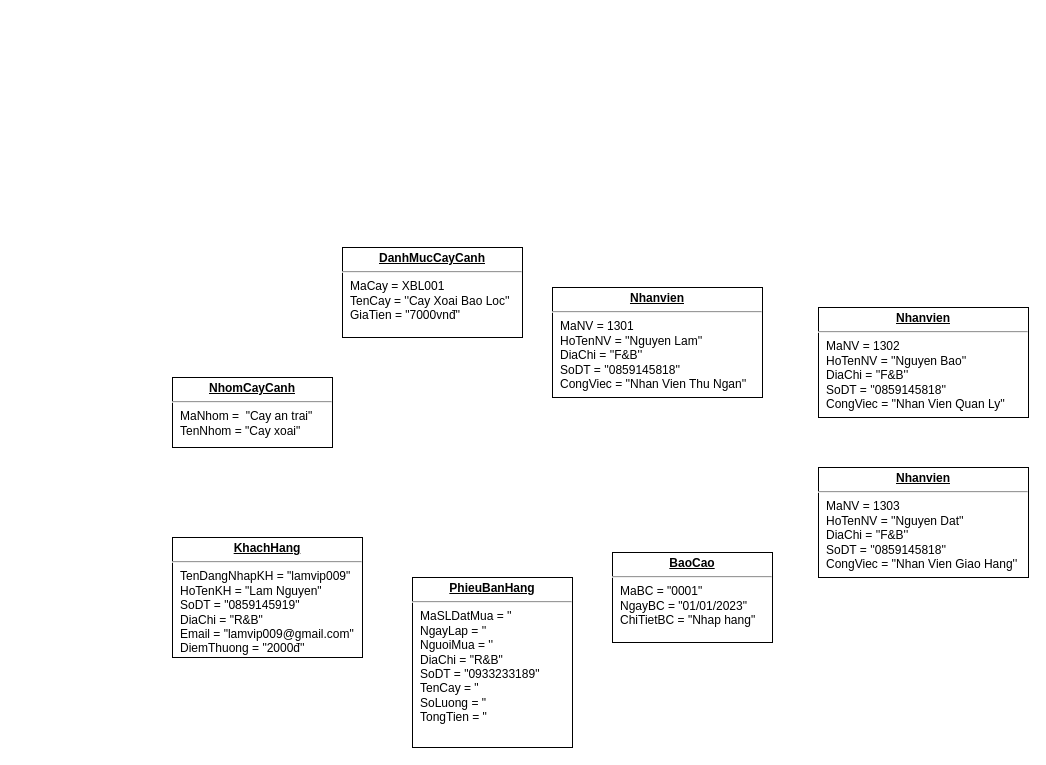
This is Biểu đồ không có tiêu đề.drawio from Nai-Lam/H.Nai, a draw.io file, before an edit. Source tidied: cells renumbered, new cells numbered last; positions are measured from the earlier drawing's top-left corner, leaving out a move shared by most shapes. Both pictures are drawn from the tidied source at 100%, with x=0, y=0 at pixel (172, 247).
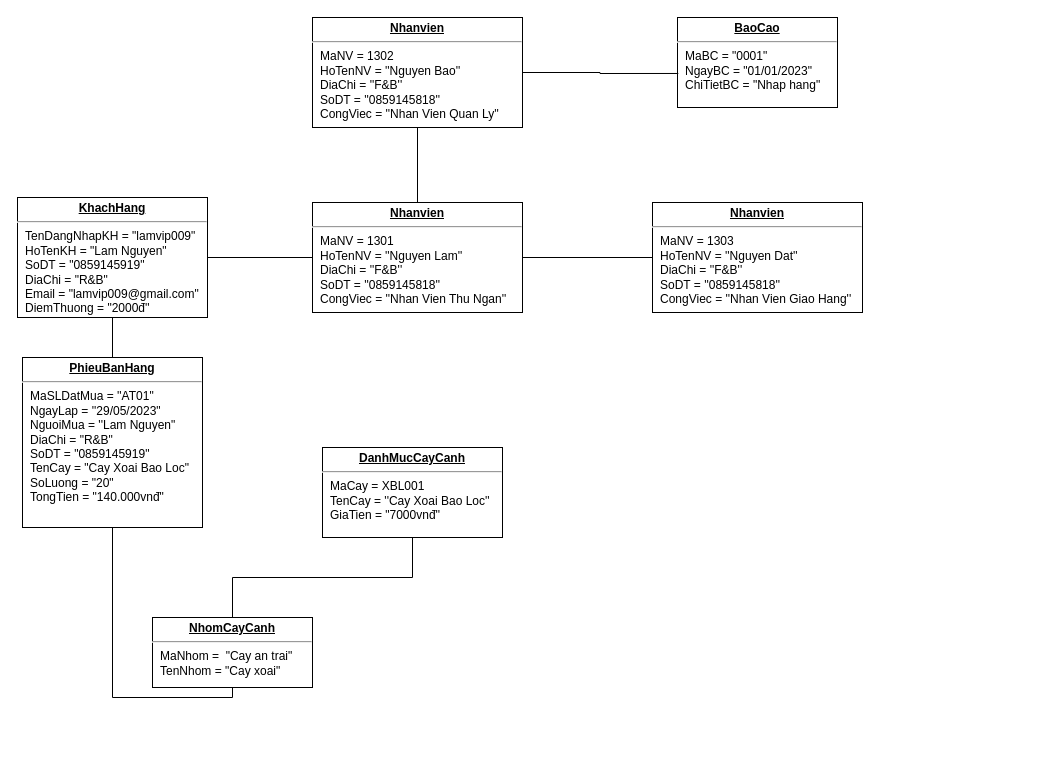
The same diagram, later.

Commit message:
Cập nhật Biểu đồ không có tiêu đề.drawio

Diff of the diagram source:
```diff
@@
 <mxGraphModel>
   <root>
     <mxCell id="0" />
     <mxCell id="1" parent="0" />
     <mxCell id="2" value="&lt;p style=&quot;margin:0px;margin-top:4px;text-align:center;text-decoration:underline;&quot;&gt;&lt;b&gt;Nhanvien&lt;/b&gt;&lt;/p&gt;&lt;hr&gt;&lt;p style=&quot;margin:0px;margin-left:8px;&quot;&gt;MaNV = 1301&lt;br&gt;HoTenNV = ''Nguyen Lam''&lt;br&gt;DiaChi = ''F&amp;amp;B''&lt;/p&gt;&lt;p style=&quot;margin:0px;margin-left:8px;&quot;&gt;SoDT = ''0859145818''&lt;/p&gt;&lt;p style=&quot;margin:0px;margin-left:8px;&quot;&gt;CongViec = ''Nhan Vien Thu Ngan''&lt;/p&gt;&lt;p style=&quot;margin:0px;margin-left:8px;&quot;&gt;&lt;br&gt;&lt;/p&gt;" style="verticalAlign=top;align=left;overflow=fill;fontSize=12;fontFamily=Helvetica;html=1;whiteSpace=wrap;" parent="1" vertex="1">
-      <mxGeometry x="380" y="40" width="210" height="110" as="geometry" />
+      <mxGeometry x="140" y="-45" width="210" height="110" as="geometry" />
     </mxCell>
     <mxCell id="3" value="&lt;p style=&quot;margin:0px;margin-top:4px;text-align:center;text-decoration:underline;&quot;&gt;&lt;b&gt;BaoCao&lt;/b&gt;&lt;/p&gt;&lt;hr&gt;&lt;p style=&quot;margin:0px;margin-left:8px;&quot;&gt;MaBC = &quot;0001&quot;&lt;br&gt;NgayBC = &quot;01/01/2023&quot;&lt;br&gt;ChiTietBC = &quot;Nhap hang&quot;&lt;/p&gt;" style="verticalAlign=top;align=left;overflow=fill;fontSize=12;fontFamily=Helvetica;html=1;whiteSpace=wrap;" parent="1" vertex="1">
-      <mxGeometry x="440" y="305" width="160" height="90" as="geometry" />
+      <mxGeometry x="505" y="-230" width="160" height="90" as="geometry" />
     </mxCell>
     <mxCell id="4" value="&lt;p style=&quot;margin:0px;margin-top:4px;text-align:center;text-decoration:underline;&quot;&gt;&lt;b&gt;NhomCayCanh&lt;/b&gt;&lt;/p&gt;&lt;hr&gt;&lt;p style=&quot;margin:0px;margin-left:8px;&quot;&gt;MaNhom =&amp;nbsp; &quot;Cay an trai&quot;&lt;br&gt;TenNhom = &quot;Cay xoai&quot;&lt;br&gt;&lt;br&gt;&lt;/p&gt;" style="verticalAlign=top;align=left;overflow=fill;fontSize=12;fontFamily=Helvetica;html=1;whiteSpace=wrap;" parent="1" vertex="1">
-      <mxGeometry y="130" width="160" height="70" as="geometry" />
+      <mxGeometry x="-20" y="370" width="160" height="70" as="geometry" />
     </mxCell>
     <mxCell id="5" value="&lt;p style=&quot;margin:0px;margin-top:4px;text-align:center;text-decoration:underline;&quot;&gt;&lt;b&gt;KhachHang&lt;/b&gt;&lt;/p&gt;&lt;hr&gt;&lt;p style=&quot;margin:0px;margin-left:8px;&quot;&gt;TenDangNhapKH = &quot;lamvip009&quot;&lt;br&gt;HoTenKH = &quot;Lam Nguyen&quot;&lt;br&gt;SoDT = &quot;0859145919&quot;&lt;/p&gt;&lt;p style=&quot;margin:0px;margin-left:8px;&quot;&gt;DiaChi = &quot;R&amp;amp;B&quot;&lt;/p&gt;&lt;p style=&quot;margin:0px;margin-left:8px;&quot;&gt;Email = &quot;lamvip009@gmail.com&quot;&lt;/p&gt;&lt;p style=&quot;margin:0px;margin-left:8px;&quot;&gt;DiemThuong = &quot;2000đ''&lt;/p&gt;" style="verticalAlign=top;align=left;overflow=fill;fontSize=12;fontFamily=Helvetica;html=1;whiteSpace=wrap;" parent="1" vertex="1">
-      <mxGeometry y="290" width="190" height="120" as="geometry" />
+      <mxGeometry x="-155" y="-50" width="190" height="120" as="geometry" />
     </mxCell>
     <mxCell id="6" value="&lt;p style=&quot;margin:0px;margin-top:4px;text-align:center;text-decoration:underline;&quot;&gt;&lt;b&gt;DanhMucCayCanh&lt;/b&gt;&lt;/p&gt;&lt;hr&gt;&lt;p style=&quot;margin:0px;margin-left:8px;&quot;&gt;MaCay = XBL001&lt;br&gt;TenCay = ''Cay Xoai Bao Loc''&lt;br&gt;GiaTien = &quot;7000vnđ''&lt;/p&gt;" style="verticalAlign=top;align=left;overflow=fill;fontSize=12;fontFamily=Helvetica;html=1;whiteSpace=wrap;" parent="1" vertex="1">
-      <mxGeometry x="170" width="180" height="90" as="geometry" />
+      <mxGeometry x="150" y="200" width="180" height="90" as="geometry" />
     </mxCell>
-    <mxCell id="7" value="&lt;p style=&quot;margin:0px;margin-top:4px;text-align:center;text-decoration:underline;&quot;&gt;&lt;b&gt;PhieuBanHang&lt;/b&gt;&lt;/p&gt;&lt;hr&gt;&lt;p style=&quot;margin:0px;margin-left:8px;&quot;&gt;MaSLDatMua = ''&lt;br&gt;NgayLap = ''&lt;br&gt;NguoiMua = ''&lt;/p&gt;&lt;p style=&quot;margin:0px;margin-left:8px;&quot;&gt;DiaChi = &quot;R&amp;amp;B&quot;&lt;/p&gt;&lt;p style=&quot;margin:0px;margin-left:8px;&quot;&gt;SoDT = &quot;0933233189&quot;&lt;/p&gt;&lt;p style=&quot;margin:0px;margin-left:8px;&quot;&gt;TenCay = &quot;&lt;/p&gt;&lt;p style=&quot;margin:0px;margin-left:8px;&quot;&gt;SoLuong = &quot;&lt;/p&gt;&lt;p style=&quot;margin:0px;margin-left:8px;&quot;&gt;TongTien = &quot;&lt;/p&gt;" style="verticalAlign=top;align=left;overflow=fill;fontSize=12;fontFamily=Helvetica;html=1;whiteSpace=wrap;" parent="1" vertex="1">
-      <mxGeometry x="240" y="330" width="160" height="170" as="geometry" />
+    <mxCell id="7" value="&lt;p style=&quot;margin:0px;margin-top:4px;text-align:center;text-decoration:underline;&quot;&gt;&lt;b&gt;PhieuBanHang&lt;/b&gt;&lt;/p&gt;&lt;hr&gt;&lt;p style=&quot;margin:0px;margin-left:8px;&quot;&gt;MaSLDatMua = ''AT01&quot;&lt;br&gt;NgayLap = ''29/05/2023&quot;&lt;/p&gt;&lt;p style=&quot;margin:0px;margin-left:8px;&quot;&gt;NguoiMua = ''Lam Nguyen&quot;&lt;/p&gt;&lt;p style=&quot;margin:0px;margin-left:8px;&quot;&gt;DiaChi = &quot;R&amp;amp;B&quot;&lt;/p&gt;&lt;p style=&quot;margin:0px;margin-left:8px;&quot;&gt;SoDT = &quot;0859145919&quot;&lt;/p&gt;&lt;p style=&quot;margin:0px;margin-left:8px;&quot;&gt;TenCay = &quot;Cay Xoai Bao Loc&quot;&lt;/p&gt;&lt;p style=&quot;margin:0px;margin-left:8px;&quot;&gt;SoLuong = &quot;20&quot;&lt;/p&gt;&lt;p style=&quot;margin:0px;margin-left:8px;&quot;&gt;TongTien = &quot;140.000vnđ&quot;&lt;/p&gt;" style="verticalAlign=top;align=left;overflow=fill;fontSize=12;fontFamily=Helvetica;html=1;whiteSpace=wrap;" parent="1" vertex="1">
+      <mxGeometry x="-150" y="110" width="180" height="170" as="geometry" />
     </mxCell>
     <mxCell id="8" value="&lt;p style=&quot;margin:0px;margin-top:4px;text-align:center;text-decoration:underline;&quot;&gt;&lt;b&gt;Nhanvien&lt;/b&gt;&lt;/p&gt;&lt;hr&gt;&lt;p style=&quot;margin:0px;margin-left:8px;&quot;&gt;MaNV = 1303&lt;br&gt;HoTenNV = ''Nguyen Dat''&lt;br&gt;DiaChi = ''F&amp;amp;B''&lt;/p&gt;&lt;p style=&quot;margin:0px;margin-left:8px;&quot;&gt;SoDT = ''0859145818''&lt;/p&gt;&lt;p style=&quot;margin:0px;margin-left:8px;&quot;&gt;CongViec = ''Nhan Vien Giao Hang''&lt;/p&gt;&lt;p style=&quot;margin:0px;margin-left:8px;&quot;&gt;&lt;br&gt;&lt;/p&gt;" style="verticalAlign=top;align=left;overflow=fill;fontSize=12;fontFamily=Helvetica;html=1;whiteSpace=wrap;" parent="1" vertex="1">
-      <mxGeometry x="646" y="220" width="210" height="110" as="geometry" />
+      <mxGeometry x="480" y="-45" width="210" height="110" as="geometry" />
     </mxCell>
     <mxCell id="9" value="&lt;p style=&quot;margin:0px;margin-top:4px;text-align:center;text-decoration:underline;&quot;&gt;&lt;b&gt;Nhanvien&lt;/b&gt;&lt;/p&gt;&lt;hr&gt;&lt;p style=&quot;margin:0px;margin-left:8px;&quot;&gt;MaNV = 1302&lt;br&gt;HoTenNV = ''Nguyen Bao''&lt;br&gt;DiaChi = ''F&amp;amp;B''&lt;/p&gt;&lt;p style=&quot;margin:0px;margin-left:8px;&quot;&gt;SoDT = ''0859145818''&lt;/p&gt;&lt;p style=&quot;margin:0px;margin-left:8px;&quot;&gt;CongViec = ''Nhan Vien Quan Ly''&lt;/p&gt;&lt;p style=&quot;margin:0px;margin-left:8px;&quot;&gt;&lt;br&gt;&lt;/p&gt;" style="verticalAlign=top;align=left;overflow=fill;fontSize=12;fontFamily=Helvetica;html=1;whiteSpace=wrap;" parent="1" vertex="1">
-      <mxGeometry x="646" y="60" width="210" height="110" as="geometry" />
+      <mxGeometry x="140" y="-230" width="210" height="110" as="geometry" />
     </mxCell>
+    <mxCell id="10" style="endArrow=none;html=1;edgeStyle=orthogonalEdgeStyle;rounded=0;exitX=0.5;exitY=1;exitDx=0;exitDy=0;entryX=0.5;entryY=0;entryDx=0;entryDy=0;" parent="1" edge="1" source="5" target="7">
+      <mxGeometry relative="1" as="geometry" />
+    </mxCell>
+    <mxCell id="11" style="endArrow=none;html=1;edgeStyle=orthogonalEdgeStyle;rounded=0;exitX=0.5;exitY=1;exitDx=0;exitDy=0;entryX=0.5;entryY=0;entryDx=0;entryDy=0;" parent="1" edge="1" source="6" target="4">
+      <mxGeometry relative="1" as="geometry" />
+    </mxCell>
+    <mxCell id="12" style="endArrow=none;html=1;edgeStyle=orthogonalEdgeStyle;rounded=0;exitX=0.5;exitY=1;exitDx=0;exitDy=0;entryX=0.5;entryY=0;entryDx=0;entryDy=0;" parent="1" edge="1" source="9" target="2">
+      <mxGeometry relative="1" as="geometry" />
+    </mxCell>
+    <mxCell id="13" style="endArrow=none;html=1;edgeStyle=orthogonalEdgeStyle;rounded=0;exitX=1;exitY=0.5;exitDx=0;exitDy=0;entryX=0;entryY=0.5;entryDx=0;entryDy=0;" parent="1" edge="1" source="5" target="2">
+      <mxGeometry relative="1" as="geometry" />
+    </mxCell>
+    <mxCell id="14" style="endArrow=none;html=1;edgeStyle=orthogonalEdgeStyle;rounded=0;exitX=1;exitY=0.5;exitDx=0;exitDy=0;entryX=0;entryY=0.5;entryDx=0;entryDy=0;" parent="1" edge="1" source="2" target="8">
+      <mxGeometry relative="1" as="geometry" />
+    </mxCell>
+    <mxCell id="15" style="endArrow=none;html=1;edgeStyle=orthogonalEdgeStyle;rounded=0;exitX=1;exitY=0.5;exitDx=0;exitDy=0;entryX=0.005;entryY=0.622;entryDx=0;entryDy=0;entryPerimeter=0;" parent="1" edge="1" source="9" target="3">
+      <mxGeometry relative="1" as="geometry" />
+    </mxCell>
+    <mxCell id="16" style="endArrow=none;html=1;edgeStyle=orthogonalEdgeStyle;rounded=0;exitX=0.5;exitY=1;exitDx=0;exitDy=0;entryX=0.5;entryY=1;entryDx=0;entryDy=0;" parent="1" edge="1" source="4" target="7">
+      <mxGeometry relative="1" as="geometry" />
+    </mxCell>
   </root>
 </mxGraphModel>
```
